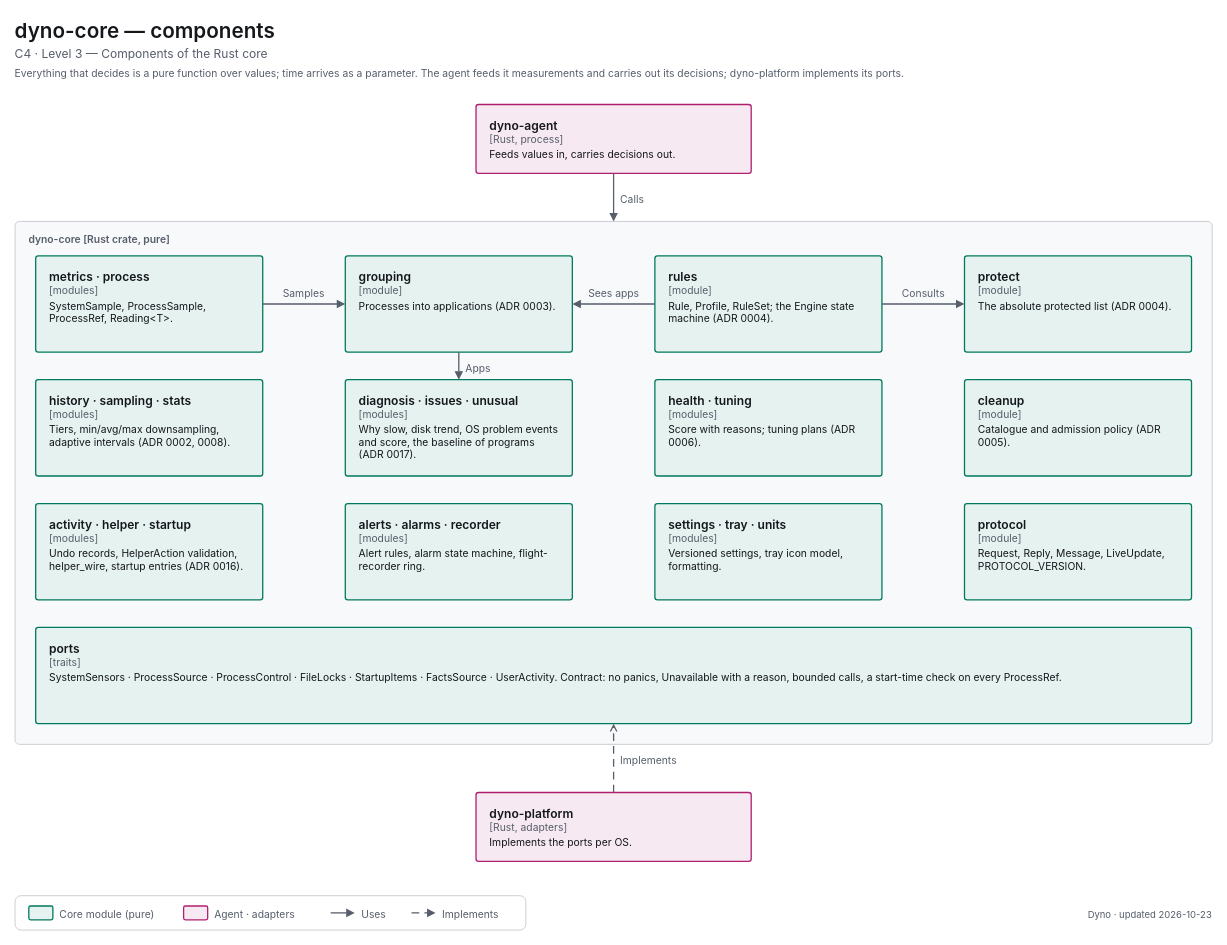
Before: apps/dyno/diagrams/c4-3-components-core.drawio in decryp7/paddock, a draw.io diagram. Source tidied: cells renumbered, new cells numbered last; positions are measured from the earlier drawing's top-left corner, leaving out a move shared by most shapes. Both pictures are drawn from the tidied source at 86%, with x=0, y=0 at pixel (15, 15).
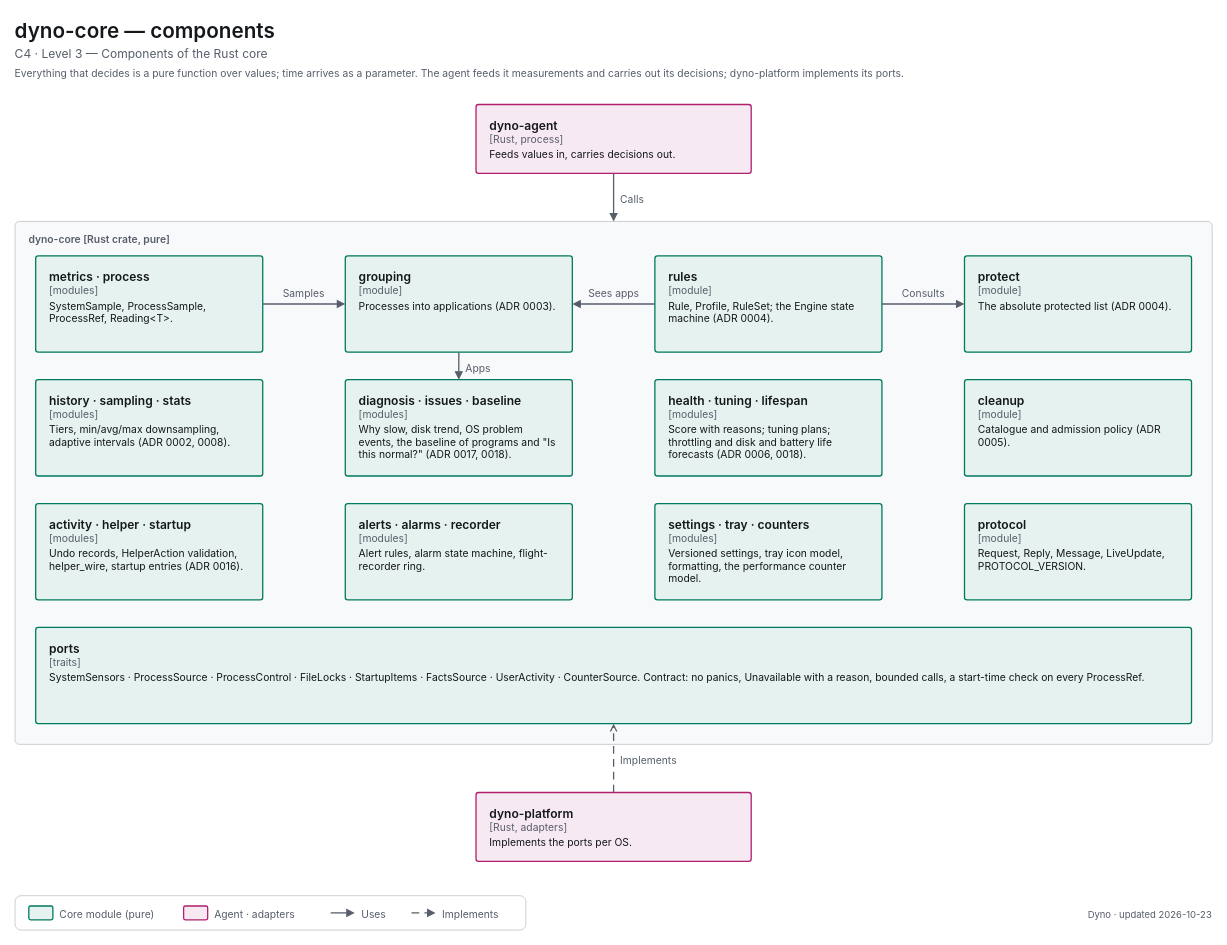
The same diagram, later.

Diff of the diagram source:
```diff
@@
-    <mxCell id="12" value="&lt;span style=&quot;font-size:14px;font-weight:600&quot;&gt;diagnosis · issues · unusual&lt;/span&gt;&lt;br&gt;&lt;span style=&quot;font-size:12px;color:light-dark(#565E6B,#A0A7B2)&quot;&gt;[modules]&lt;/span&gt;&lt;br&gt;&lt;div style=&quot;margin-top:4px;font-size:12px&quot;&gt;Why slow, disk trend, OS problem events and score, the baseline of programs (ADR 0017).&lt;/div&gt;" style="html=1;whiteSpace=wrap;fontFamily=-apple-system,BlinkMacSystemFont,Segoe UI,system-ui,sans-serif;fontSize=12;fontColor=light-dark(#14171C,#ECEEF1);rounded=1;absoluteArcSize=1;arcSize=6;strokeWidth=1.5;strokeColor=light-dark(#007A5E,#2EC4A0);fillColor=light-dark(#E6F2EF,#193330);align=left;verticalAlign=top;spacingLeft=14;spacingRight=14;spacingTop=10;spacingBottom=8;" parent="1" vertex="1">
+    <mxCell id="12" value="&lt;span style=&quot;font-size:14px;font-weight:600&quot;&gt;diagnosis · issues · baseline&lt;/span&gt;&lt;br&gt;&lt;span style=&quot;font-size:12px;color:light-dark(#565E6B,#A0A7B2)&quot;&gt;[modules]&lt;/span&gt;&lt;br&gt;&lt;div style=&quot;margin-top:4px;font-size:12px&quot;&gt;Why slow, disk trend, OS problem events, the baseline of programs and &amp;quot;Is this normal?&amp;quot; (ADR 0017, 0018).&lt;/div&gt;" style="html=1;whiteSpace=wrap;fontFamily=-apple-system,BlinkMacSystemFont,Segoe UI,system-ui,sans-serif;fontSize=12;fontColor=light-dark(#14171C,#ECEEF1);rounded=1;absoluteArcSize=1;arcSize=6;strokeWidth=1.5;strokeColor=light-dark(#007A5E,#2EC4A0);fillColor=light-dark(#E6F2EF,#193330);align=left;verticalAlign=top;spacingLeft=14;spacingRight=14;spacingTop=10;spacingBottom=8;" parent="1" vertex="1">
       <mxGeometry x="384" y="424" width="264" height="112" as="geometry" />
     </mxCell>
-    <mxCell id="13" value="&lt;span style=&quot;font-size:14px;font-weight:600&quot;&gt;health · tuning&lt;/span&gt;&lt;br&gt;&lt;span style=&quot;font-size:12px;color:light-dark(#565E6B,#A0A7B2)&quot;&gt;[modules]&lt;/span&gt;&lt;br&gt;&lt;div style=&quot;margin-top:4px;font-size:12px&quot;&gt;Score with reasons; tuning plans (ADR 0006).&lt;/div&gt;" style="html=1;whiteSpace=wrap;fontFamily=-apple-system,BlinkMacSystemFont,Segoe UI,system-ui,sans-serif;fontSize=12;fontColor=light-dark(#14171C,#ECEEF1);rounded=1;absoluteArcSize=1;arcSize=6;strokeWidth=1.5;strokeColor=light-dark(#007A5E,#2EC4A0);fillColor=light-dark(#E6F2EF,#193330);align=left;verticalAlign=top;spacingLeft=14;spacingRight=14;spacingTop=10;spacingBottom=8;" parent="1" vertex="1">
+    <mxCell id="13" value="&lt;span style=&quot;font-size:14px;font-weight:600&quot;&gt;health · tuning · lifespan&lt;/span&gt;&lt;br&gt;&lt;span style=&quot;font-size:12px;color:light-dark(#565E6B,#A0A7B2)&quot;&gt;[modules]&lt;/span&gt;&lt;br&gt;&lt;div style=&quot;margin-top:4px;font-size:12px&quot;&gt;Score with reasons; tuning plans; throttling and disk and battery life forecasts (ADR 0006, 0018).&lt;/div&gt;" style="html=1;whiteSpace=wrap;fontFamily=-apple-system,BlinkMacSystemFont,Segoe UI,system-ui,sans-serif;fontSize=12;fontColor=light-dark(#14171C,#ECEEF1);rounded=1;absoluteArcSize=1;arcSize=6;strokeWidth=1.5;strokeColor=light-dark(#007A5E,#2EC4A0);fillColor=light-dark(#E6F2EF,#193330);align=left;verticalAlign=top;spacingLeft=14;spacingRight=14;spacingTop=10;spacingBottom=8;" parent="1" vertex="1">
       <mxGeometry x="744" y="424" width="264" height="112" as="geometry" />
     </mxCell>
@@
-    <mxCell id="17" value="&lt;span style=&quot;font-size:14px;font-weight:600&quot;&gt;settings · tray · units&lt;/span&gt;&lt;br&gt;&lt;span style=&quot;font-size:12px;color:light-dark(#565E6B,#A0A7B2)&quot;&gt;[modules]&lt;/span&gt;&lt;br&gt;&lt;div style=&quot;margin-top:4px;font-size:12px&quot;&gt;Versioned settings, tray icon model, formatting.&lt;/div&gt;" style="html=1;whiteSpace=wrap;fontFamily=-apple-system,BlinkMacSystemFont,Segoe UI,system-ui,sans-serif;fontSize=12;fontColor=light-dark(#14171C,#ECEEF1);rounded=1;absoluteArcSize=1;arcSize=6;strokeWidth=1.5;strokeColor=light-dark(#007A5E,#2EC4A0);fillColor=light-dark(#E6F2EF,#193330);align=left;verticalAlign=top;spacingLeft=14;spacingRight=14;spacingTop=10;spacingBottom=8;" parent="1" vertex="1">
+    <mxCell id="17" value="&lt;span style=&quot;font-size:14px;font-weight:600&quot;&gt;settings · tray · counters&lt;/span&gt;&lt;br&gt;&lt;span style=&quot;font-size:12px;color:light-dark(#565E6B,#A0A7B2)&quot;&gt;[modules]&lt;/span&gt;&lt;br&gt;&lt;div style=&quot;margin-top:4px;font-size:12px&quot;&gt;Versioned settings, tray icon model, formatting, the performance counter model.&lt;/div&gt;" style="html=1;whiteSpace=wrap;fontFamily=-apple-system,BlinkMacSystemFont,Segoe UI,system-ui,sans-serif;fontSize=12;fontColor=light-dark(#14171C,#ECEEF1);rounded=1;absoluteArcSize=1;arcSize=6;strokeWidth=1.5;strokeColor=light-dark(#007A5E,#2EC4A0);fillColor=light-dark(#E6F2EF,#193330);align=left;verticalAlign=top;spacingLeft=14;spacingRight=14;spacingTop=10;spacingBottom=8;" parent="1" vertex="1">
       <mxGeometry x="744" y="568" width="264" height="112" as="geometry" />
     </mxCell>
@@
-    <mxCell id="19" value="&lt;span style=&quot;font-size:14px;font-weight:600&quot;&gt;ports&lt;/span&gt;&lt;br&gt;&lt;span style=&quot;font-size:12px;color:light-dark(#565E6B,#A0A7B2)&quot;&gt;[traits]&lt;/span&gt;&lt;br&gt;&lt;div style=&quot;margin-top:4px;font-size:12px&quot;&gt;SystemSensors · ProcessSource · ProcessControl · FileLocks · StartupItems · FactsSource · UserActivity. Contract: no panics, Unavailable with a reason, bounded calls, a start-time check on every ProcessRef.&lt;/div&gt;" style="html=1;whiteSpace=wrap;fontFamily=-apple-system,BlinkMacSystemFont,Segoe UI,system-ui,sans-serif;fontSize=12;fontColor=light-dark(#14171C,#ECEEF1);rounded=1;absoluteArcSize=1;arcSize=6;strokeWidth=1.5;strokeColor=light-dark(#007A5E,#2EC4A0);fillColor=light-dark(#E6F2EF,#193330);align=left;verticalAlign=top;spacingLeft=14;spacingRight=14;spacingTop=10;spacingBottom=8;" parent="1" vertex="1">
+    <mxCell id="19" value="&lt;span style=&quot;font-size:14px;font-weight:600&quot;&gt;ports&lt;/span&gt;&lt;br&gt;&lt;span style=&quot;font-size:12px;color:light-dark(#565E6B,#A0A7B2)&quot;&gt;[traits]&lt;/span&gt;&lt;br&gt;&lt;div style=&quot;margin-top:4px;font-size:12px&quot;&gt;SystemSensors · ProcessSource · ProcessControl · FileLocks · StartupItems · FactsSource · UserActivity · CounterSource. Contract: no panics, Unavailable with a reason, bounded calls, a start-time check on every ProcessRef.&lt;/div&gt;" style="html=1;whiteSpace=wrap;fontFamily=-apple-system,BlinkMacSystemFont,Segoe UI,system-ui,sans-serif;fontSize=12;fontColor=light-dark(#14171C,#ECEEF1);rounded=1;absoluteArcSize=1;arcSize=6;strokeWidth=1.5;strokeColor=light-dark(#007A5E,#2EC4A0);fillColor=light-dark(#E6F2EF,#193330);align=left;verticalAlign=top;spacingLeft=14;spacingRight=14;spacingTop=10;spacingBottom=8;" parent="1" vertex="1">
       <mxGeometry x="24" y="712" width="1344" height="112" as="geometry" />
     </mxCell>
```
